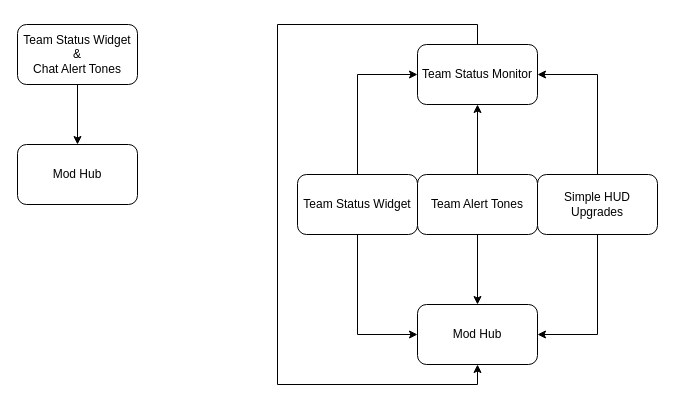
Kumaezenjae/DRGMod_TeamStatus keeps this draw.io diagram as DependenciesChart.drawio. Above is the earlier version. Source tidied: cells renumbered, new cells numbered last; positions are measured from the earlier drawing's top-left corner, leaving out a move shared by most shapes. Both pictures are drawn from the tidied source at 100%, with x=0, y=0 at pixel (17, 24).
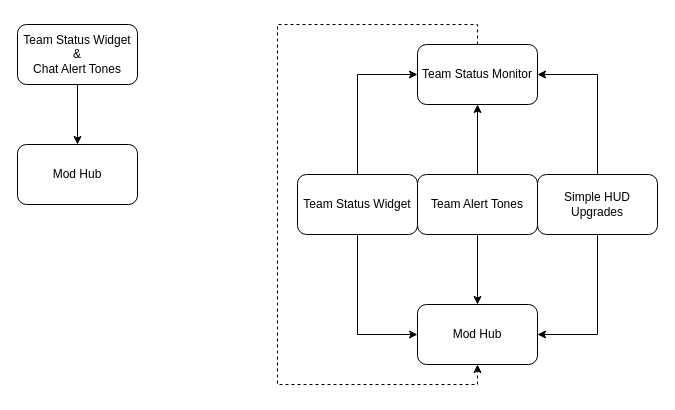
Above is the later version.

Change to the diagram source:
```diff
@@
 <mxGraphModel>
   <root>
     <mxCell id="0" />
     <mxCell id="1" parent="0" />
     <mxCell id="2" style="edgeStyle=orthogonalEdgeStyle;rounded=0;jettySize=auto;html=1;exitX=0.5;exitY=1;exitDx=0;exitDy=0;entryX=0.5;entryY=0;entryDx=0;entryDy=0;" parent="1" edge="1" source="3" target="4">
       <mxGeometry relative="1" as="geometry" />
     </mxCell>
     <mxCell id="3" value="Team Status Widget&lt;br&gt;&amp;amp;&lt;br&gt;Chat Alert Tones" style="rounded=1;whiteSpace=wrap;html=1;" parent="1" vertex="1">
       <mxGeometry width="120" height="60" as="geometry" />
     </mxCell>
     <mxCell id="4" value="Mod Hub" style="rounded=1;whiteSpace=wrap;html=1;" parent="1" vertex="1">
       <mxGeometry y="120" width="120" height="60" as="geometry" />
     </mxCell>
     <mxCell id="5" style="edgeStyle=orthogonalEdgeStyle;rounded=0;jettySize=auto;html=1;exitX=0.5;exitY=1;exitDx=0;exitDy=0;entryX=0;entryY=0.5;entryDx=0;entryDy=0;" parent="1" edge="1" source="7" target="10">
       <mxGeometry relative="1" as="geometry" />
     </mxCell>
     <mxCell id="6" style="edgeStyle=orthogonalEdgeStyle;rounded=0;jettySize=auto;html=1;exitX=0.5;exitY=0;exitDx=0;exitDy=0;entryX=0;entryY=0.5;entryDx=0;entryDy=0;" parent="1" edge="1" source="7" target="9">
       <mxGeometry relative="1" as="geometry" />
     </mxCell>
     <mxCell id="7" value="Team Status Widget" style="rounded=1;whiteSpace=wrap;html=1;" parent="1" vertex="1">
       <mxGeometry x="280" y="150" width="120" height="60" as="geometry" />
     </mxCell>
-    <mxCell id="8" style="edgeStyle=orthogonalEdgeStyle;rounded=0;jettySize=auto;html=1;exitX=0.5;exitY=0;exitDx=0;exitDy=0;entryX=0.5;entryY=1;entryDx=0;entryDy=0;" parent="1" edge="1" source="9" target="10">
+    <mxCell id="8" style="edgeStyle=orthogonalEdgeStyle;rounded=0;jettySize=auto;html=1;exitX=0.5;exitY=0;exitDx=0;exitDy=0;entryX=0.5;entryY=1;entryDx=0;entryDy=0;dashed=1;" parent="1" edge="1" source="9" target="10">
       <mxGeometry relative="1" as="geometry">
         <Array as="points">
           <mxPoint x="460" />
           <mxPoint x="260" />
           <mxPoint x="260" y="360" />
           <mxPoint x="460" y="360" />
         </Array>
       </mxGeometry>
     </mxCell>
     <mxCell id="9" value="Team Status Monitor" style="rounded=1;whiteSpace=wrap;html=1;" parent="1" vertex="1">
       <mxGeometry x="400" y="20" width="120" height="60" as="geometry" />
     </mxCell>
     <mxCell id="10" value="Mod Hub" style="rounded=1;whiteSpace=wrap;html=1;" parent="1" vertex="1">
       <mxGeometry x="400" y="280" width="120" height="60" as="geometry" />
     </mxCell>
     <mxCell id="11" style="edgeStyle=orthogonalEdgeStyle;rounded=0;jettySize=auto;html=1;exitX=0.5;exitY=1;exitDx=0;exitDy=0;entryX=0.5;entryY=0;entryDx=0;entryDy=0;" parent="1" edge="1" source="13" target="10">
       <mxGeometry relative="1" as="geometry" />
     </mxCell>
     <mxCell id="12" style="edgeStyle=orthogonalEdgeStyle;rounded=0;jettySize=auto;html=1;exitX=0.5;exitY=0;exitDx=0;exitDy=0;entryX=0.5;entryY=1;entryDx=0;entryDy=0;" parent="1" edge="1" source="13" target="9">
       <mxGeometry relative="1" as="geometry" />
     </mxCell>
     <mxCell id="13" value="Team Alert Tones" style="rounded=1;whiteSpace=wrap;html=1;" parent="1" vertex="1">
       <mxGeometry x="400" y="150" width="120" height="60" as="geometry" />
     </mxCell>
     <mxCell id="14" style="edgeStyle=orthogonalEdgeStyle;rounded=0;jettySize=auto;html=1;exitX=0.5;exitY=1;exitDx=0;exitDy=0;entryX=1;entryY=0.5;entryDx=0;entryDy=0;" parent="1" edge="1" source="16" target="10">
       <mxGeometry relative="1" as="geometry" />
     </mxCell>
     <mxCell id="15" style="edgeStyle=orthogonalEdgeStyle;rounded=0;jettySize=auto;html=1;exitX=0.5;exitY=0;exitDx=0;exitDy=0;entryX=1;entryY=0.5;entryDx=0;entryDy=0;" parent="1" edge="1" source="16" target="9">
       <mxGeometry relative="1" as="geometry" />
     </mxCell>
     <mxCell id="16" value="Simple HUD Upgrades" style="rounded=1;whiteSpace=wrap;html=1;" parent="1" vertex="1">
       <mxGeometry x="520" y="150" width="120" height="60" as="geometry" />
     </mxCell>
   </root>
 </mxGraphModel>
```
